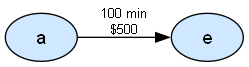
Earlier version of the Graphviz export imagenes/red_metro.png (martindiazm/Proyecto_ChosenMove_MDJG). Its source is kept beside it as imagenes/red_metro.dot.
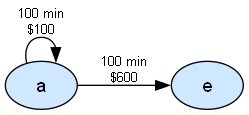
After the commit.

Diff of the diagram source:
```diff
@@ -4,6 +4,8 @@
 edge [fontname="Helvetica", fontsize=10];
 
 "a";
+"e";
 
-"a" -> "e" [label="100 min\n$500"];
+"a" -> "e" [label="100 min\n$600"];
+"a" -> "a" [label="100 min\n$100"];
 }
```
